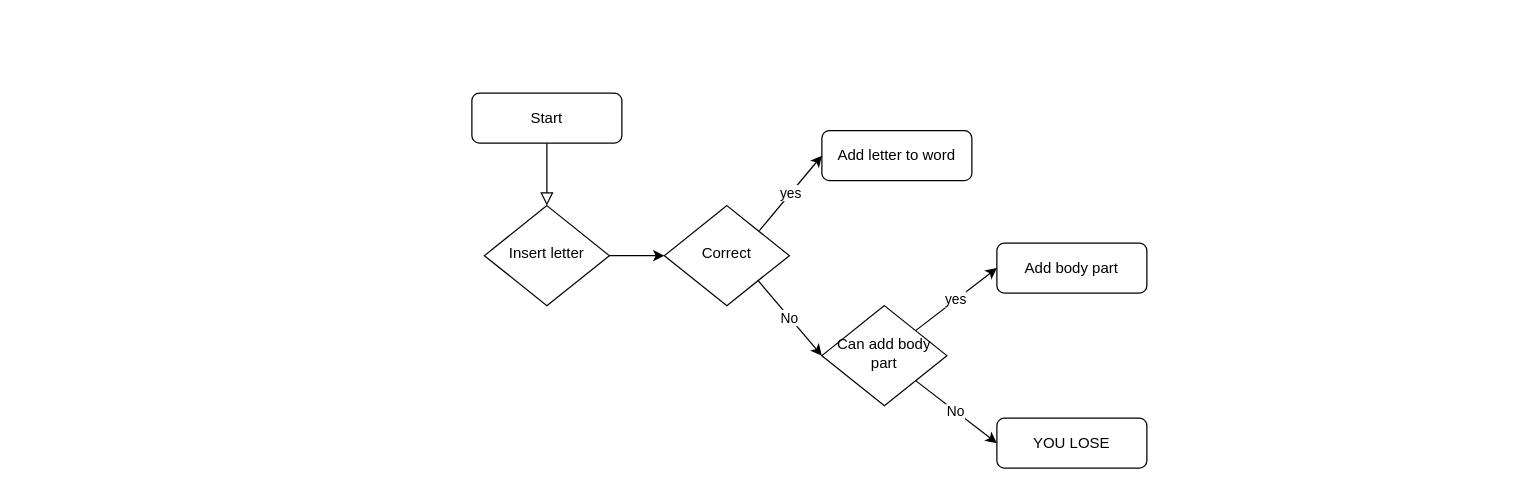
lincforr/100-days-of-code keeps this draw.io diagram as str/hang-man/hangman.drawio. Above is the earlier version. Source tidied: cells renumbered, new cells numbered last; positions are measured from the earlier drawing's top-left corner, leaving out a move shared by most shapes. Both pictures are drawn from the tidied source at 125%, with x=0, y=0 at pixel (471, 92).
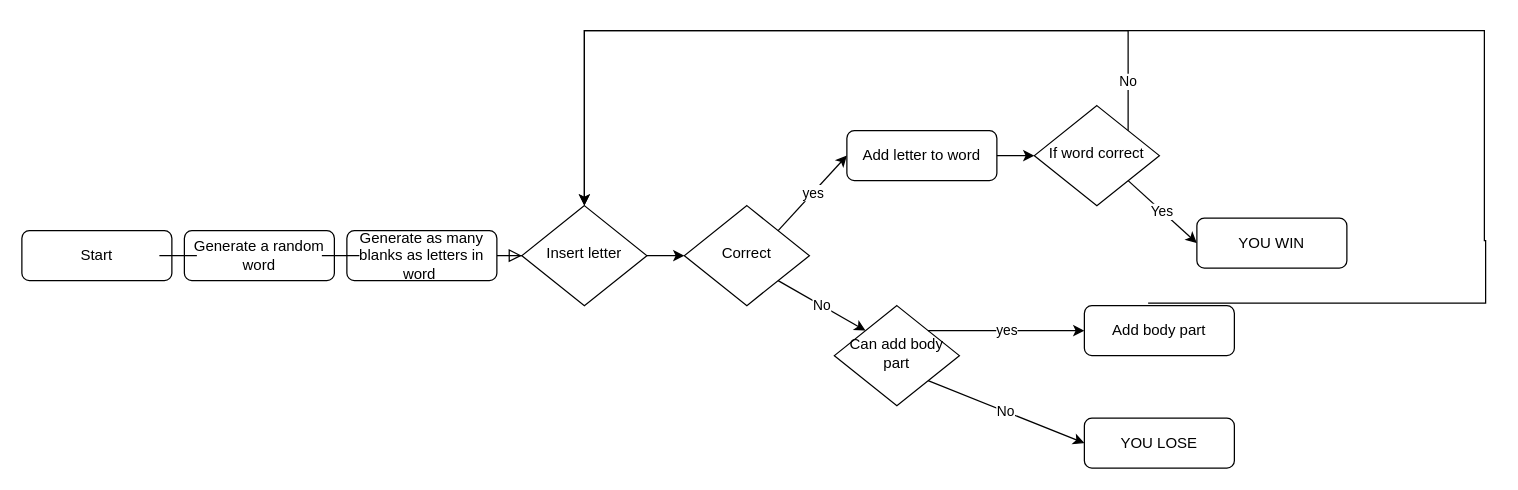
Above is the later version.

What changed in the source:
```diff
@@
-    <mxCell id="2" style="rounded=0;html=1;jettySize=auto;fontSize=11;endArrow=block;endFill=0;endSize=8;strokeWidth=1;shadow=0;labelBackgroundColor=none;edgeStyle=orthogonalEdgeStyle;" parent="1" edge="1" source="3" target="4">
+    <mxCell id="2" style="rounded=0;html=1;jettySize=auto;fontSize=11;endArrow=block;endFill=0;endSize=8;strokeWidth=1;shadow=0;labelBackgroundColor=none;edgeStyle=orthogonalEdgeStyle;startArrow=none;" parent="1" edge="1" source="18" target="4">
       <mxGeometry relative="1" as="geometry" />
     </mxCell>
     <mxCell id="3" value="Start" style="rounded=1;whiteSpace=wrap;html=1;fontSize=12;glass=0;strokeWidth=1;shadow=0;" parent="1" vertex="1">
-      <mxGeometry width="120" height="40" as="geometry" />
+      <mxGeometry x="-360" y="110" width="120" height="40" as="geometry" />
     </mxCell>
     <mxCell id="4" value="Insert letter" style="rhombus;whiteSpace=wrap;html=1;shadow=0;fontFamily=Helvetica;fontSize=12;align=center;strokeWidth=1;spacing=6;spacingTop=-4;" parent="1" vertex="1">
-      <mxGeometry x="10" y="90" width="100" height="80" as="geometry" />
+      <mxGeometry x="40" y="90" width="100" height="80" as="geometry" />
     </mxCell>
@@
     <mxCell id="6" value="Correct" style="rhombus;whiteSpace=wrap;html=1;shadow=0;fontFamily=Helvetica;fontSize=12;align=center;strokeWidth=1;spacing=6;spacingTop=-4;" parent="1" vertex="1">
-      <mxGeometry x="154" y="90" width="100" height="80" as="geometry" />
+      <mxGeometry x="170" y="90" width="100" height="80" as="geometry" />
     </mxCell>
-    <mxCell id="7" value="yes" style="endArrow=classic;html=1;rounded=0;entryX=0;entryY=0.5;entryDx=0;entryDy=0;" parent="1" edge="1" target="8">
-      <mxGeometry relative="1" as="geometry">
-        <mxPoint x="230" y="110" as="sourcePoint" />
-      </mxGeometry>
+    <mxCell id="7" value="yes" style="endArrow=classic;html=1;rounded=0;entryX=0;entryY=0.5;entryDx=0;entryDy=0;exitX=1;exitY=0;exitDx=0;exitDy=0;" parent="1" edge="1" source="6" target="8">
+      <mxGeometry relative="1" as="geometry" />
     </mxCell>
     <mxCell id="8" value="Add letter to word" style="rounded=1;whiteSpace=wrap;html=1;fontSize=12;glass=0;strokeWidth=1;shadow=0;" parent="1" vertex="1">
-      <mxGeometry x="280" y="30" width="120" height="40" as="geometry" />
+      <mxGeometry x="300" y="30" width="120" height="40" as="geometry" />
     </mxCell>
-    <mxCell id="9" value="No" style="endArrow=classic;html=1;rounded=0;exitX=1;exitY=1;exitDx=0;exitDy=0;entryX=0;entryY=0.5;entryDx=0;entryDy=0;" parent="1" edge="1" source="6" target="11">
+    <mxCell id="9" value="No" style="endArrow=classic;html=1;rounded=0;exitX=1;exitY=1;exitDx=0;exitDy=0;entryX=0;entryY=0;entryDx=0;entryDy=0;" parent="1" edge="1" source="6" target="11">
       <mxGeometry relative="1" as="geometry" />
     </mxCell>
     <mxCell id="10" value="Add body part" style="rounded=1;whiteSpace=wrap;html=1;fontSize=12;glass=0;strokeWidth=1;shadow=0;" parent="1" vertex="1">
-      <mxGeometry x="420" y="120" width="120" height="40" as="geometry" />
+      <mxGeometry x="490" y="170" width="120" height="40" as="geometry" />
     </mxCell>
     <mxCell id="11" value="Can add body part" style="rhombus;whiteSpace=wrap;html=1;shadow=0;fontFamily=Helvetica;fontSize=12;align=center;strokeWidth=1;spacing=6;spacingTop=-4;" parent="1" vertex="1">
-      <mxGeometry x="280" y="170" width="100" height="80" as="geometry" />
+      <mxGeometry x="290" y="170" width="100" height="80" as="geometry" />
     </mxCell>
@@
     <mxCell id="14" value="YOU LOSE" style="rounded=1;whiteSpace=wrap;html=1;fontSize=12;glass=0;strokeWidth=1;shadow=0;" parent="1" vertex="1">
-      <mxGeometry x="420" y="260" width="120" height="40" as="geometry" />
+      <mxGeometry x="490" y="260" width="120" height="40" as="geometry" />
     </mxCell>
+    <mxCell id="15" style="edgeStyle=orthogonalEdgeStyle;rounded=0;jettySize=auto;html=1;entryX=0.5;entryY=0;entryDx=0;entryDy=0;exitX=0.425;exitY=-0.05;exitDx=0;exitDy=0;exitPerimeter=0;" parent="1" edge="1" source="10" target="4">
+      <mxGeometry relative="1" as="geometry">
+        <Array as="points">
+          <mxPoint x="811" y="118" />
+          <mxPoint x="810" y="118" />
+          <mxPoint x="810" y="-50" />
+          <mxPoint x="90" y="-50" />
+        </Array>
+      </mxGeometry>
+    </mxCell>
+    <mxCell id="16" value="Generate a random word" style="rounded=1;whiteSpace=wrap;html=1;fontSize=12;glass=0;strokeWidth=1;shadow=0;" parent="1" vertex="1">
+      <mxGeometry x="-230" y="110" width="120" height="40" as="geometry" />
+    </mxCell>
+    <mxCell id="17" style="rounded=0;html=1;jettySize=auto;fontSize=11;endArrow=none;endFill=0;endSize=8;strokeWidth=1;shadow=0;labelBackgroundColor=none;edgeStyle=orthogonalEdgeStyle;" parent="1" edge="1" source="3" target="16">
+      <mxGeometry relative="1" as="geometry" />
+    </mxCell>
+    <mxCell id="18" value="Generate as many blanks as letters in word&amp;nbsp;" style="rounded=1;whiteSpace=wrap;html=1;fontSize=12;glass=0;strokeWidth=1;shadow=0;" parent="1" vertex="1">
+      <mxGeometry x="-100" y="110" width="120" height="40" as="geometry" />
+    </mxCell>
+    <mxCell id="19" style="rounded=0;html=1;jettySize=auto;fontSize=11;endArrow=none;endFill=0;endSize=8;strokeWidth=1;shadow=0;labelBackgroundColor=none;edgeStyle=orthogonalEdgeStyle;startArrow=none;" parent="1" edge="1" source="16" target="18">
+      <mxGeometry relative="1" as="geometry" />
+    </mxCell>
+    <mxCell id="20" value="No" style="edgeStyle=orthogonalEdgeStyle;rounded=0;jettySize=auto;html=1;exitX=1;exitY=0;exitDx=0;exitDy=0;" parent="1" edge="1" source="21">
+      <mxGeometry x="-0.88" relative="1" as="geometry">
+        <mxPoint x="90" y="90" as="targetPoint" />
+        <Array as="points">
+          <mxPoint x="525" y="-50" />
+          <mxPoint x="90" y="-50" />
+        </Array>
+      </mxGeometry>
+    </mxCell>
+    <mxCell id="21" value="If word correct" style="rhombus;whiteSpace=wrap;html=1;shadow=0;fontFamily=Helvetica;fontSize=12;align=center;strokeWidth=1;spacing=6;spacingTop=-4;" parent="1" vertex="1">
+      <mxGeometry x="450" y="10" width="100" height="80" as="geometry" />
+    </mxCell>
+    <mxCell id="22" style="endArrow=classic;html=1;rounded=0;exitX=1;exitY=0.5;exitDx=0;exitDy=0;entryX=0;entryY=0.5;entryDx=0;entryDy=0;" parent="1" edge="1" source="8" target="21">
+      <mxGeometry relative="1" as="geometry" />
+    </mxCell>
+    <mxCell id="23" value="YOU WIN" style="rounded=1;whiteSpace=wrap;html=1;fontSize=12;glass=0;strokeWidth=1;shadow=0;" parent="1" vertex="1">
+      <mxGeometry x="580" y="100" width="120" height="40" as="geometry" />
+    </mxCell>
+    <mxCell id="24" value="Yes" style="endArrow=classic;html=1;rounded=0;exitX=1;exitY=1;exitDx=0;exitDy=0;entryX=0;entryY=0.5;entryDx=0;entryDy=0;" parent="1" edge="1" source="21" target="23">
+      <mxGeometry relative="1" as="geometry" />
+    </mxCell>
+    <mxCell id="25" style="endArrow=classic;html=1;rounded=0;" parent="1" edge="1" source="21">
+      <mxGeometry relative="1" as="geometry">
+        <mxPoint x="550" y="50" as="targetPoint" />
+      </mxGeometry>
+    </mxCell>
```
